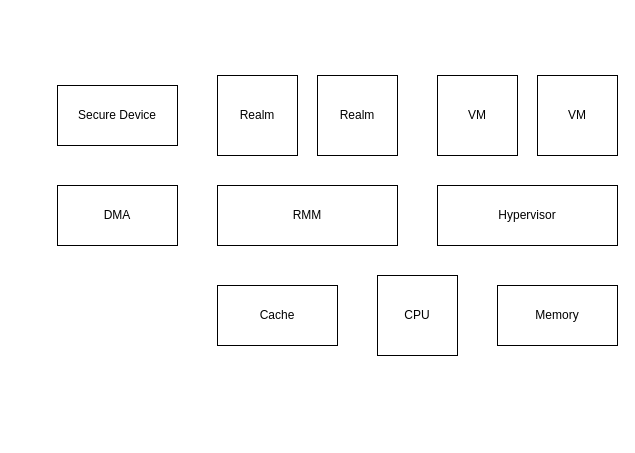
This is attack-vector.drawio from EdisonE3/vue_learn, a draw.io file, before an edit. Source tidied: cells renumbered, new cells numbered last; positions are measured from the earlier drawing's top-left corner, leaving out a move shared by most shapes. Both pictures are drawn from the tidied source at 100%, with x=0, y=0 at pixel (57, 75).
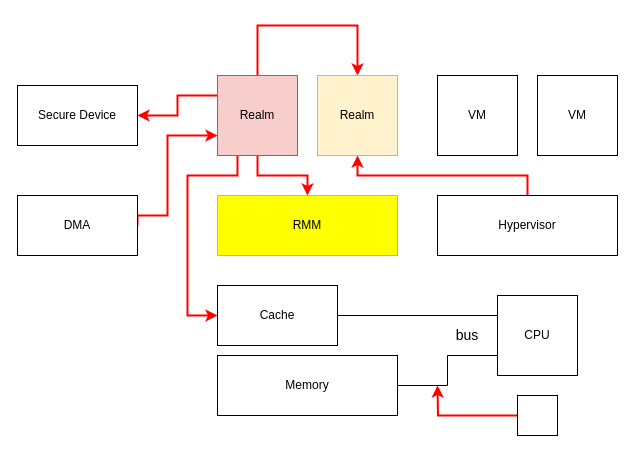
The same diagram, later.

The change refers to these unchanged cells:
```xml
<mxCell id="5" value="Cache" style="rounded=0;whiteSpace=wrap;html=1;" parent="1" vertex="1">
  <mxGeometry x="160" y="210" width="120" height="60" as="geometry" />
</mxCell>
```

Change to the diagram source:
```diff
@@
-    <mxCell id="2" value="RMM" style="rounded=0;whiteSpace=wrap;html=1;" parent="1" vertex="1">
-      <mxGeometry x="160" y="110" width="180" height="60" as="geometry" />
+    <mxCell id="2" value="RMM" style="rounded=0;whiteSpace=wrap;html=1;fillColor=#FFFF00;strokeColor=#d6b656;gradientColor=none;" parent="1" vertex="1">
+      <mxGeometry x="160" y="120" width="180" height="60" as="geometry" />
     </mxCell>
+    <mxCell id="13" style="edgeStyle=orthogonalEdgeStyle;rounded=0;jettySize=auto;html=1;exitX=0;exitY=0.25;exitDx=0;exitDy=0;entryX=1;entryY=0.5;entryDx=0;entryDy=0;fontSize=14;endArrow=classic;endFill=1;strokeColor=#FF0000;strokeWidth=2;" parent="1" edge="1" source="3" target="8">
+      <mxGeometry relative="1" as="geometry" />
+    </mxCell>
+    <mxCell id="14" style="edgeStyle=orthogonalEdgeStyle;rounded=0;jettySize=auto;html=1;exitX=0.5;exitY=0;exitDx=0;exitDy=0;entryX=0.5;entryY=0;entryDx=0;entryDy=0;fontSize=14;endArrow=classic;endFill=1;strokeColor=#FF0000;strokeWidth=2;" parent="1" edge="1" source="3" target="9">
+      <mxGeometry relative="1" as="geometry">
+        <Array as="points">
+          <mxPoint x="200" y="-50" />
+          <mxPoint x="300" y="-50" />
+        </Array>
+      </mxGeometry>
+    </mxCell>
+    <mxCell id="15" style="edgeStyle=orthogonalEdgeStyle;rounded=0;jettySize=auto;html=1;exitX=0.5;exitY=1;exitDx=0;exitDy=0;entryX=0.5;entryY=0;entryDx=0;entryDy=0;fontSize=14;endArrow=classic;endFill=1;strokeColor=#FF0000;strokeWidth=2;" parent="1" edge="1" source="3" target="2">
+      <mxGeometry relative="1" as="geometry" />
+    </mxCell>
+    <mxCell id="16" style="edgeStyle=orthogonalEdgeStyle;rounded=0;jettySize=auto;html=1;exitX=0.25;exitY=1;exitDx=0;exitDy=0;entryX=0;entryY=0.5;entryDx=0;entryDy=0;fontSize=14;endArrow=classic;endFill=1;strokeColor=#FF0000;strokeWidth=2;" parent="1" edge="1" source="3" target="5">
+      <mxGeometry relative="1" as="geometry">
+        <Array as="points">
+          <mxPoint x="180" y="100" />
+          <mxPoint x="130" y="100" />
+          <mxPoint x="130" y="240" />
+        </Array>
+      </mxGeometry>
+    </mxCell>
-    <mxCell id="3" value="Realm" style="whiteSpace=wrap;html=1;" parent="1" vertex="1">
+    <mxCell id="3" value="Realm" style="whiteSpace=wrap;html=1;fillColor=#f8cecc;strokeColor=#b85450;" parent="1" vertex="1">
       <mxGeometry x="160" width="80" height="80" as="geometry" />
     </mxCell>
+    <mxCell id="17" style="edgeStyle=orthogonalEdgeStyle;rounded=0;jettySize=auto;html=1;exitX=0;exitY=0.75;exitDx=0;exitDy=0;entryX=1;entryY=0.5;entryDx=0;entryDy=0;endArrow=none;endFill=0;" parent="1" edge="1" source="4" target="6">
+      <mxGeometry relative="1" as="geometry" />
+    </mxCell>
+    <mxCell id="18" style="edgeStyle=orthogonalEdgeStyle;rounded=0;jettySize=auto;html=1;exitX=0;exitY=0.25;exitDx=0;exitDy=0;entryX=1;entryY=0.5;entryDx=0;entryDy=0;endArrow=none;endFill=0;" parent="1" edge="1" source="4" target="5">
+      <mxGeometry relative="1" as="geometry" />
+    </mxCell>
     <mxCell id="4" value="CPU" style="whiteSpace=wrap;html=1;" parent="1" vertex="1">
-      <mxGeometry x="320" y="200" width="80" height="80" as="geometry" />
+      <mxGeometry x="440" y="220" width="80" height="80" as="geometry" />
     </mxCell>
@@
     <mxCell id="6" value="Memory" style="rounded=0;whiteSpace=wrap;html=1;" parent="1" vertex="1">
-      <mxGeometry x="440" y="210" width="120" height="60" as="geometry" />
+      <mxGeometry x="160" y="280" width="180" height="60" as="geometry" />
     </mxCell>
+    <mxCell id="19" style="edgeStyle=orthogonalEdgeStyle;rounded=0;jettySize=auto;html=1;exitX=1;exitY=0.5;exitDx=0;exitDy=0;entryX=0;entryY=0.75;entryDx=0;entryDy=0;fontSize=14;endArrow=classic;endFill=1;strokeColor=#FF0000;strokeWidth=2;" parent="1" edge="1" source="7" target="3">
+      <mxGeometry relative="1" as="geometry">
+        <Array as="points">
+          <mxPoint x="110" y="140" />
+          <mxPoint x="110" y="60" />
+        </Array>
+      </mxGeometry>
+    </mxCell>
     <mxCell id="7" value="DMA" style="rounded=0;whiteSpace=wrap;html=1;" parent="1" vertex="1">
-      <mxGeometry y="110" width="120" height="60" as="geometry" />
+      <mxGeometry x="-40" y="120" width="120" height="60" as="geometry" />
     </mxCell>
     <mxCell id="8" value="Secure Device" style="rounded=0;whiteSpace=wrap;html=1;" parent="1" vertex="1">
-      <mxGeometry y="10" width="120" height="60" as="geometry" />
+      <mxGeometry x="-40" y="10" width="120" height="60" as="geometry" />
     </mxCell>
-    <mxCell id="9" value="Realm" style="whiteSpace=wrap;html=1;" parent="1" vertex="1">
+    <mxCell id="9" value="Realm" style="whiteSpace=wrap;html=1;fillColor=#fff2cc;strokeColor=#d6b656;" parent="1" vertex="1">
       <mxGeometry x="260" width="80" height="80" as="geometry" />
     </mxCell>
+    <mxCell id="20" style="edgeStyle=orthogonalEdgeStyle;rounded=0;jettySize=auto;html=1;exitX=0.5;exitY=0;exitDx=0;exitDy=0;entryX=0.5;entryY=1;entryDx=0;entryDy=0;fontSize=14;endArrow=classic;endFill=1;strokeColor=#FF0000;strokeWidth=2;" parent="1" edge="1" source="10" target="9">
+      <mxGeometry relative="1" as="geometry" />
+    </mxCell>
     <mxCell id="10" value="Hypervisor" style="rounded=0;whiteSpace=wrap;html=1;" parent="1" vertex="1">
-      <mxGeometry x="380" y="110" width="180" height="60" as="geometry" />
+      <mxGeometry x="380" y="120" width="180" height="60" as="geometry" />
     </mxCell>
@@
+    <mxCell id="21" value="&lt;font style=&quot;font-size: 14px;&quot;&gt;bus&lt;/font&gt;" style="text;html=1;strokeColor=none;fillColor=none;align=center;verticalAlign=middle;whiteSpace=wrap;rounded=0;" parent="1" vertex="1">
+      <mxGeometry x="380" y="242.5" width="60" height="35" as="geometry" />
+    </mxCell>
+    <mxCell id="22" style="edgeStyle=orthogonalEdgeStyle;rounded=0;jettySize=auto;html=1;exitX=0;exitY=0.5;exitDx=0;exitDy=0;fontSize=14;endArrow=classic;endFill=1;strokeColor=#FF0000;strokeWidth=2;" parent="1" edge="1" source="23">
+      <mxGeometry relative="1" as="geometry">
+        <mxPoint x="380" y="310" as="targetPoint" />
+      </mxGeometry>
+    </mxCell>
+    <mxCell id="23" style="whiteSpace=wrap;html=1;fontSize=14;" parent="1" vertex="1">
+      <mxGeometry x="460" y="320" width="40" height="40" as="geometry" />
+    </mxCell>
```
